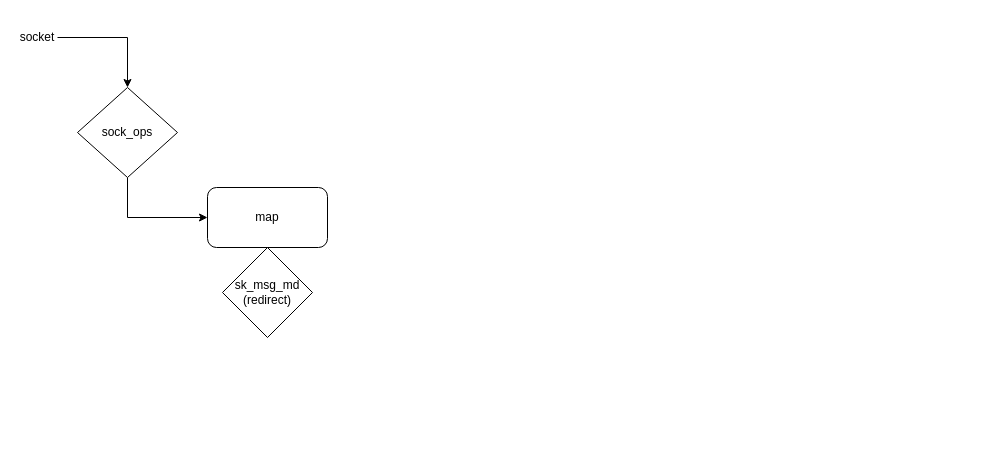
The draw.io diagram flow_of_ebpf_docker_demo.drawio in xu1zhou/Documents, before the edit. Source tidied: cells renumbered, new cells numbered last; positions are measured from the earlier drawing's top-left corner, leaving out a move shared by most shapes. Both pictures are drawn from the tidied source at 100%, with x=0, y=0 at pixel (17, 27).
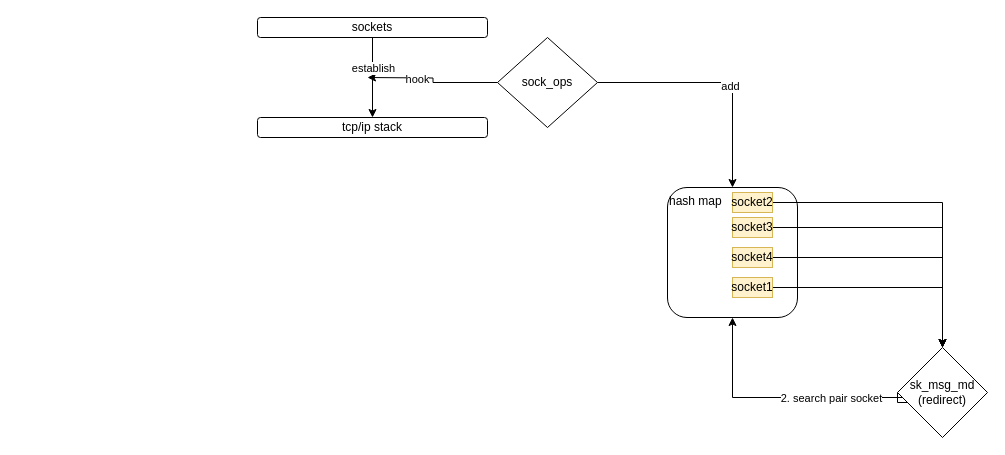
The same page after the edit.

What changed in the source:
```diff
@@
-    <mxCell id="2" value="map" style="rounded=1;whiteSpace=wrap;html=1;" parent="1" vertex="1">
-      <mxGeometry x="190" y="160" width="120" height="60" as="geometry" />
+    <mxCell id="2" value="hash map" style="rounded=1;whiteSpace=wrap;html=1;align=left;verticalAlign=top;" parent="1" vertex="1">
+      <mxGeometry x="650" y="160" width="130" height="130" as="geometry" />
     </mxCell>
+    <mxCell id="8" style="edgeStyle=orthogonalEdgeStyle;rounded=0;jettySize=auto;html=1;" parent="1" edge="1" source="4">
+      <mxGeometry relative="1" as="geometry">
+        <mxPoint x="350" y="50" as="targetPoint" />
+      </mxGeometry>
+    </mxCell>
+    <mxCell id="9" value="hook" style="edgeLabel;html=1;align=center;verticalAlign=middle;" parent="8" vertex="1">
+      <mxGeometry x="0.27" y="1" relative="1" as="geometry" />
+    </mxCell>
-    <mxCell id="3" style="edgeStyle=orthogonalEdgeStyle;rounded=0;jettySize=auto;html=1;exitX=0.5;exitY=1;exitDx=0;exitDy=0;entryX=0;entryY=0.5;entryDx=0;entryDy=0;" parent="1" edge="1" source="4" target="2">
+    <mxCell id="3" style="edgeStyle=orthogonalEdgeStyle;rounded=0;jettySize=auto;html=1;entryX=0.5;entryY=0;entryDx=0;entryDy=0;" parent="1" edge="1" source="4" target="2">
       <mxGeometry relative="1" as="geometry" />
     </mxCell>
+    <mxCell id="10" value="add" style="edgeLabel;html=1;align=center;verticalAlign=middle;" parent="3" vertex="1">
+      <mxGeometry x="0.15" y="-3" relative="1" as="geometry" />
+    </mxCell>
     <mxCell id="4" value="sock_ops" style="rhombus;whiteSpace=wrap;html=1;" parent="1" vertex="1">
-      <mxGeometry x="60" y="60" width="100" height="90" as="geometry" />
+      <mxGeometry x="480" y="10" width="100" height="90" as="geometry" />
     </mxCell>
+    <mxCell id="11" style="edgeStyle=orthogonalEdgeStyle;rounded=0;jettySize=auto;html=1;entryX=0.5;entryY=1;entryDx=0;entryDy=0;exitX=0;exitY=0.5;exitDx=0;exitDy=0;" parent="1" edge="1" source="5" target="2">
+      <mxGeometry relative="1" as="geometry">
+        <Array as="points">
+          <mxPoint x="935" y="375" />
+          <mxPoint x="935" y="370" />
+          <mxPoint x="715" y="370" />
+        </Array>
+      </mxGeometry>
+    </mxCell>
+    <mxCell id="12" value="2. search pair socket" style="edgeLabel;html=1;align=center;verticalAlign=middle;" parent="11" vertex="1">
+      <mxGeometry x="-0.37" y="2" relative="1" as="geometry">
+        <mxPoint x="-75" y="-2" as="offset" />
+      </mxGeometry>
+    </mxCell>
     <mxCell id="5" value="sk_msg_md&lt;br&gt;(redirect)" style="rhombus;whiteSpace=wrap;html=1;" parent="1" vertex="1">
-      <mxGeometry x="205" y="220" width="90" height="90" as="geometry" />
+      <mxGeometry x="880" y="320" width="90" height="90" as="geometry" />
     </mxCell>
-    <mxCell id="6" style="edgeStyle=orthogonalEdgeStyle;rounded=0;jettySize=auto;html=1;entryX=0.5;entryY=0;entryDx=0;entryDy=0;" parent="1" edge="1" source="7" target="4">
-      <mxGeometry relative="1" as="geometry" />
-    </mxCell>
-    <mxCell id="7" value="socket" style="text;html=1;strokeColor=none;fillColor=none;align=center;verticalAlign=middle;whiteSpace=wrap;rounded=0;" parent="1" vertex="1">
-      <mxGeometry width="40" height="20" as="geometry" />
-    </mxCell>
+    <mxCell id="13" style="edgeStyle=orthogonalEdgeStyle;rounded=0;jettySize=auto;html=1;" parent="1" edge="1" source="15" target="16">
+      <mxGeometry relative="1" as="geometry" />
+    </mxCell>
+    <mxCell id="14" value="establish" style="edgeLabel;html=1;align=center;verticalAlign=middle;" parent="13" vertex="1">
+      <mxGeometry x="-0.26" relative="1" as="geometry" />
+    </mxCell>
+    <mxCell id="15" value="sockets" style="rounded=1;whiteSpace=wrap;html=1;" parent="1" vertex="1">
+      <mxGeometry x="240" y="-10" width="230" height="20" as="geometry" />
+    </mxCell>
+    <mxCell id="16" value="tcp/ip stack" style="rounded=1;whiteSpace=wrap;html=1;" parent="1" vertex="1">
+      <mxGeometry x="240" y="90" width="230" height="20" as="geometry" />
+    </mxCell>
+    <mxCell id="17" style="edgeStyle=orthogonalEdgeStyle;rounded=0;jettySize=auto;html=1;entryX=0.5;entryY=0;entryDx=0;entryDy=0;" parent="1" edge="1" source="18" target="5">
+      <mxGeometry relative="1" as="geometry" />
+    </mxCell>
+    <mxCell id="18" value="socket1" style="text;html=1;strokeColor=#d6b656;fillColor=#fff2cc;align=center;verticalAlign=middle;whiteSpace=wrap;rounded=0;" parent="1" vertex="1">
+      <mxGeometry x="715" y="250" width="40" height="20" as="geometry" />
+    </mxCell>
+    <mxCell id="19" style="edgeStyle=orthogonalEdgeStyle;rounded=0;jettySize=auto;html=1;entryX=0.5;entryY=0;entryDx=0;entryDy=0;" parent="1" edge="1" source="20" target="5">
+      <mxGeometry relative="1" as="geometry" />
+    </mxCell>
+    <mxCell id="20" value="socket2" style="text;html=1;strokeColor=#d6b656;fillColor=#fff2cc;align=center;verticalAlign=middle;whiteSpace=wrap;rounded=0;" parent="1" vertex="1">
+      <mxGeometry x="715" y="165" width="40" height="20" as="geometry" />
+    </mxCell>
+    <mxCell id="21" style="edgeStyle=orthogonalEdgeStyle;rounded=0;jettySize=auto;html=1;entryX=0.5;entryY=0;entryDx=0;entryDy=0;" parent="1" edge="1" source="22" target="5">
+      <mxGeometry relative="1" as="geometry" />
+    </mxCell>
+    <mxCell id="22" value="socket3" style="text;html=1;strokeColor=#d6b656;fillColor=#fff2cc;align=center;verticalAlign=middle;whiteSpace=wrap;rounded=0;" parent="1" vertex="1">
+      <mxGeometry x="715" y="190" width="40" height="20" as="geometry" />
+    </mxCell>
+    <mxCell id="23" style="edgeStyle=orthogonalEdgeStyle;rounded=0;jettySize=auto;html=1;entryX=0.5;entryY=0;entryDx=0;entryDy=0;" parent="1" edge="1" source="24" target="5">
+      <mxGeometry relative="1" as="geometry" />
+    </mxCell>
+    <mxCell id="24" value="socket4" style="text;html=1;strokeColor=#d6b656;fillColor=#fff2cc;align=center;verticalAlign=middle;whiteSpace=wrap;rounded=0;" parent="1" vertex="1">
+      <mxGeometry x="715" y="220" width="40" height="20" as="geometry" />
+    </mxCell>
```
